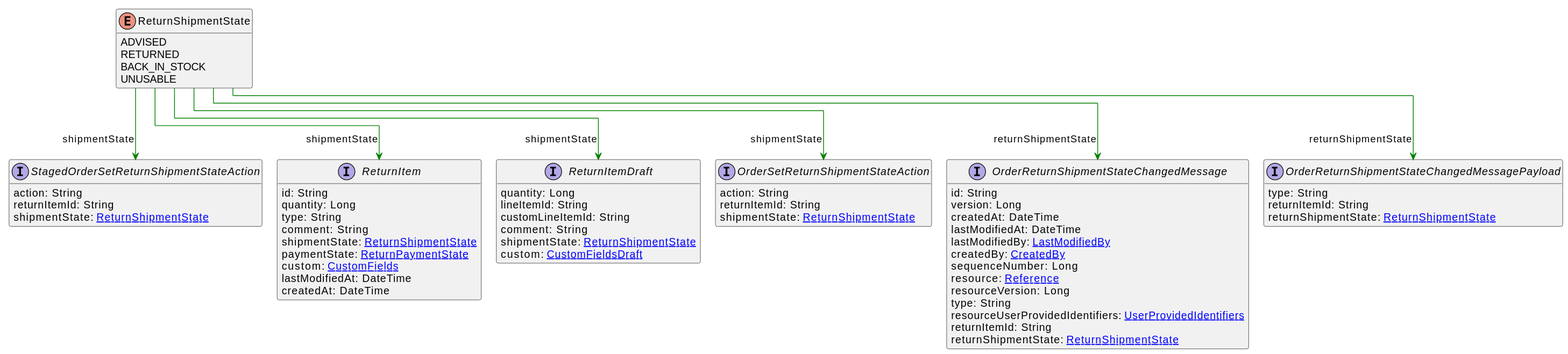
This is uml/api/svg/ReturnShipmentState.svg from commercetools/commercetools-api-reference, a PlantUML export, as it was before one commit.
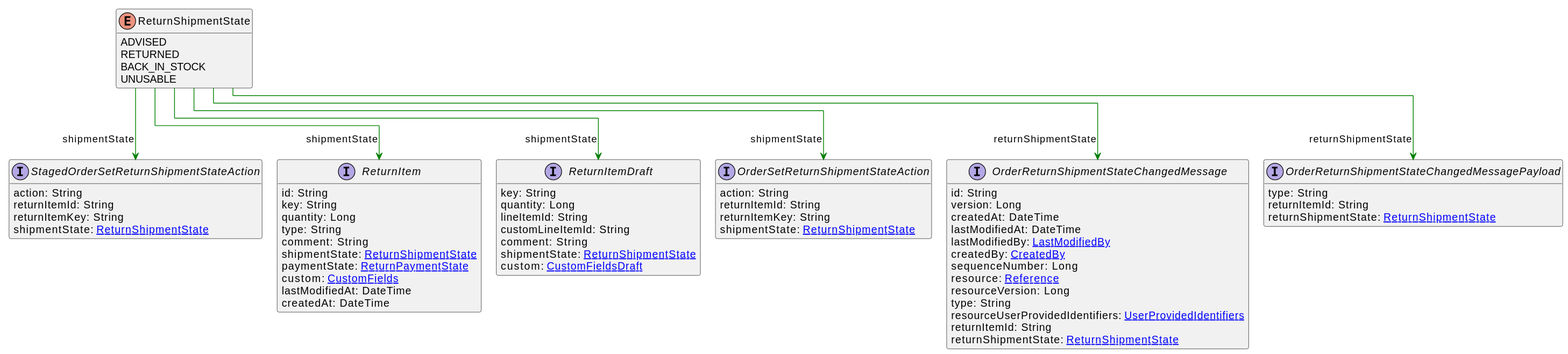
After the commit.

What changed in the source:
```diff
@@ -30,10 +30,12 @@
 interface StagedOrderSetReturnShipmentStateAction [[StagedOrderSetReturnShipmentStateAction.svg]]  {
     action: String
     returnItemId: String
+    returnItemKey: String
     shipmentState: [[ReturnShipmentState.svg ReturnShipmentState]]
 }
 interface ReturnItem [[ReturnItem.svg]]  {
     id: String
+    key: String
     quantity: Long
     type: String
     comment: String
@@ -44,6 +46,7 @@
     createdAt: DateTime
 }
 interface ReturnItemDraft [[ReturnItemDraft.svg]]  {
+    key: String
     quantity: Long
     lineItemId: String
     customLineItemId: String
@@ -54,6 +57,7 @@
 interface OrderSetReturnShipmentStateAction [[OrderSetReturnShipmentStateAction.svg]]  {
     action: String
     returnItemId: String
+    returnItemKey: String
     shipmentState: [[ReturnShipmentState.svg ReturnShipmentState]]
 }
 ReturnShipmentState --> OrderReturnShipmentStateChangedMessage #green;text:green : "returnShipmentState"
```
